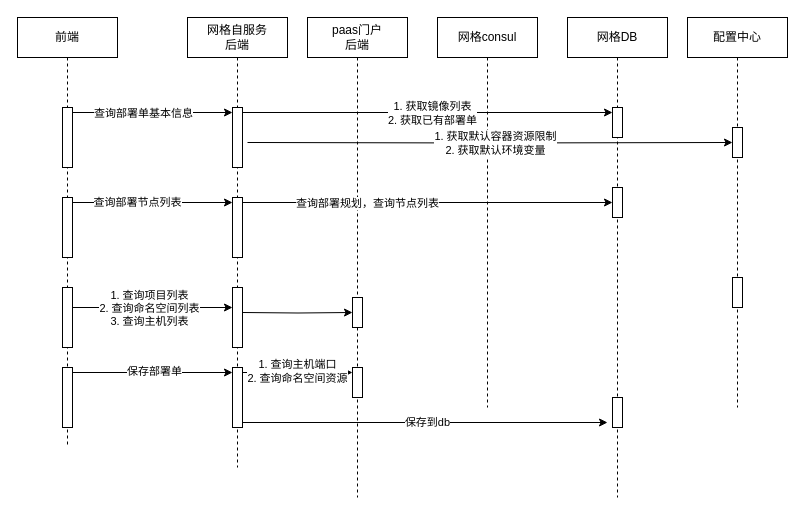
The draw.io diagram page "部署单页面" (6 of 13) of 网格控制面增强.drawio in pbxnn/draw, before the edit. Source tidied: cells renumbered, new cells numbered last; positions are measured from the earlier drawing's top-left corner, leaving out a move shared by most shapes. Both pictures are drawn from the tidied source at 100%, with x=0, y=0 at pixel (17, 17).
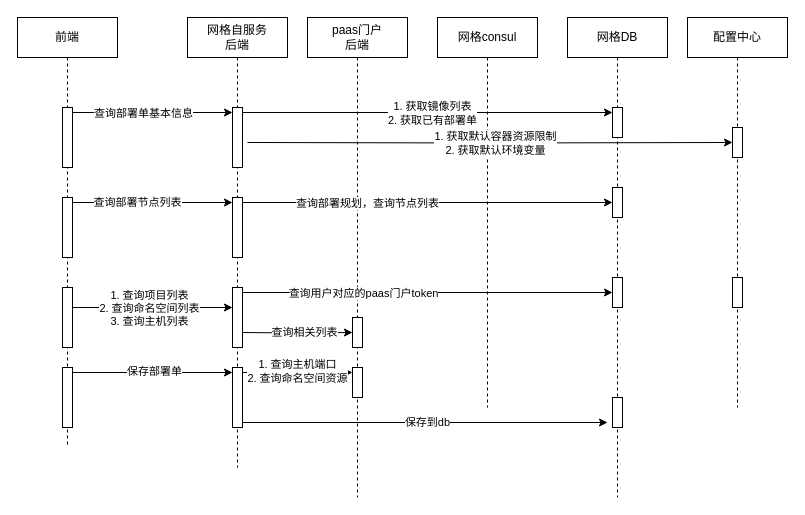
After the change.

Commit message (it also covers changes not shown here):
更新网格控制面增强.drawio

Unchanged cells that the change refers to:
```xml
<mxCell id="2" value="paas门户&lt;div&gt;后端&lt;/div&gt;" style="shape=umlLifeline;perimeter=lifelinePerimeter;whiteSpace=wrap;html=1;newEdgeStyle={&quot;edgeStyle&quot;:&quot;elbowEdgeStyle&quot;,&quot;elbow&quot;:&quot;vertical&quot;,&quot;curved&quot;:0,&quot;rounded&quot;:0};" parent="1" vertex="1">
  <mxGeometry x="290" width="100" height="480" as="geometry" />
</mxCell>
<mxCell id="9" style="html=1;points=[[0,0,0,0,5],[0,1,0,0,-5],[1,0,0,0,5],[1,1,0,0,-5]];perimeter=orthogonalPerimeter;outlineConnect=0;targetShapes=umlLifeline;portConstraint=eastwest;newEdgeStyle={&quot;curved&quot;:0,&quot;rounded&quot;:0};" parent="6" vertex="1">
  <mxGeometry x="45" y="270" width="10" height="60" as="geometry" />
</mxCell>
<mxCell id="18" value="网格DB" style="shape=umlLifeline;perimeter=lifelinePerimeter;whiteSpace=wrap;html=1;newEdgeStyle={&quot;edgeStyle&quot;:&quot;elbowEdgeStyle&quot;,&quot;elbow&quot;:&quot;vertical&quot;,&quot;curved&quot;:0,&quot;rounded&quot;:0};" parent="1" vertex="1">
  <mxGeometry x="550" width="100" height="480" as="geometry" />
</mxCell>
```

The edit, as a diff of the source:
```diff
@@
     <mxCell id="4" style="edgeStyle=orthogonalEdgeStyle;rounded=0;jettySize=auto;html=1;curved=0;exitX=1;exitY=0;exitDx=0;exitDy=5;exitPerimeter=0;" parent="2" edge="1" target="5">
       <mxGeometry relative="1" as="geometry">
-        <mxPoint x="-65" y="295" as="sourcePoint" />
+        <mxPoint x="-65" y="315" as="sourcePoint" />
       </mxGeometry>
     </mxCell>
+    <mxCell id="42" value="查询相关列表" style="edgeLabel;html=1;align=center;verticalAlign=middle;" parent="4" vertex="1">
+      <mxGeometry x="0.13" y="1" relative="1" as="geometry" />
+    </mxCell>
     <mxCell id="5" style="html=1;points=[[0,0,0,0,5],[0,1,0,0,-5],[1,0,0,0,5],[1,1,0,0,-5]];perimeter=orthogonalPerimeter;outlineConnect=0;targetShapes=umlLifeline;portConstraint=eastwest;newEdgeStyle={&quot;curved&quot;:0,&quot;rounded&quot;:0};" parent="2" vertex="1">
-      <mxGeometry x="45" y="280" width="10" height="30" as="geometry" />
+      <mxGeometry x="45" y="300" width="10" height="30" as="geometry" />
     </mxCell>
@@
+    <mxCell id="43" style="html=1;points=[[0,0,0,0,5],[0,1,0,0,-5],[1,0,0,0,5],[1,1,0,0,-5]];perimeter=orthogonalPerimeter;outlineConnect=0;targetShapes=umlLifeline;portConstraint=eastwest;newEdgeStyle={&quot;curved&quot;:0,&quot;rounded&quot;:0};" parent="18" vertex="1">
+      <mxGeometry x="45" y="260" width="10" height="30" as="geometry" />
+    </mxCell>
@@
+    <mxCell id="44" style="edgeStyle=orthogonalEdgeStyle;rounded=0;jettySize=auto;html=1;curved=0;exitX=1;exitY=0;exitDx=0;exitDy=5;exitPerimeter=0;" parent="1" edge="1" source="9" target="43">
+      <mxGeometry relative="1" as="geometry" />
+    </mxCell>
+    <mxCell id="45" value="查询用户对应的paas门户token" style="edgeLabel;html=1;align=center;verticalAlign=middle;" parent="44" vertex="1">
+      <mxGeometry x="-0.61" y="-1" relative="1" as="geometry">
+        <mxPoint x="48" y="-1" as="offset" />
+      </mxGeometry>
+    </mxCell>
```
